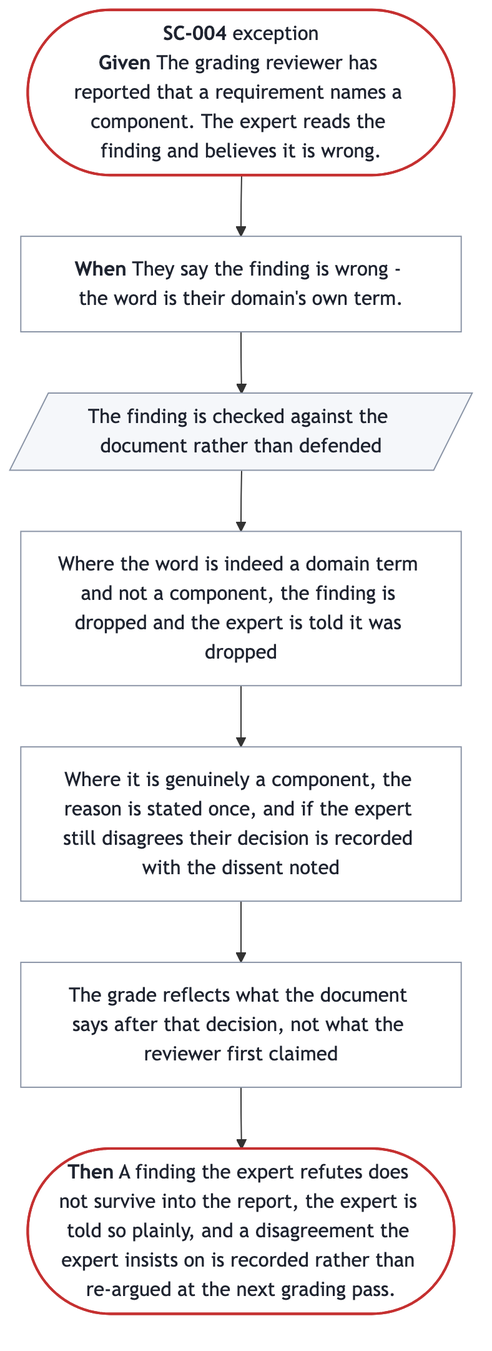
Before: docs/prd/prd-forge/diagrams/SC-004.png, a diagram exported from Mermaid (SpillwaveSolutions/prd-forge). Its source is kept beside it as docs/prd/prd-forge/diagrams/SC-004.mmd.
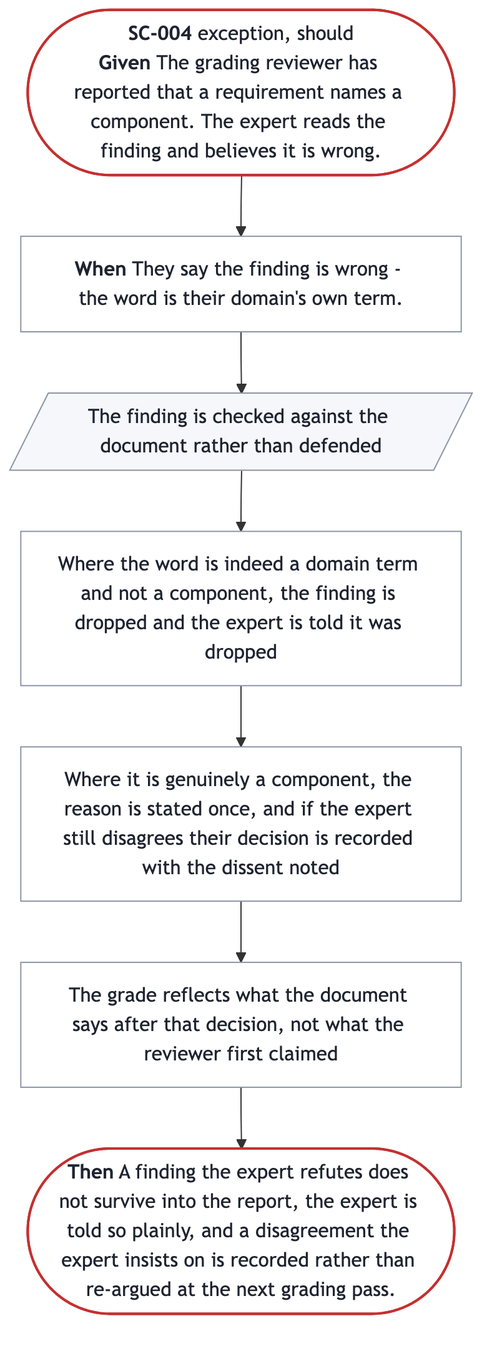
Later version of the same file.

The edit, as a diff of the source:
```diff
@@ -1,6 +1,6 @@
 %%{init: {"flowchart": {"wrappingWidth": 300}}}%%
 flowchart TB
-  start(["<b>SC-004</b> exception<br/><b>Given</b> The grading reviewer has reported that a requirement names a component. The expert reads the finding and believes it is wrong."])
+  start(["<b>SC-004</b> exception, should<br/><b>Given</b> The grading reviewer has reported that a requirement names a component. The expert reads the finding and believes it is wrong."])
   trigger["<b>When</b> They say the finding is wrong - the word is their domain's own term."]
   s0[/"The finding is checked against the document rather than defended"/]
   s1["Where the word is indeed a domain term and not a component, the finding is dropped and the expert is told it was dropped"]
```
